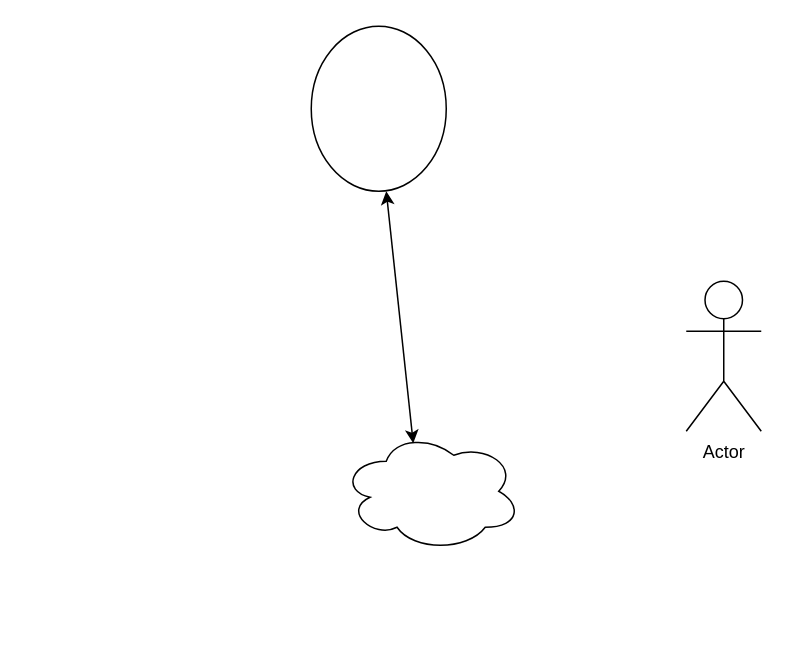
Earlier version of the draw.io diagram colby_test.drawio (dunnican/pal-tracker). Source tidied: cells renumbered, new cells numbered last; positions are measured from the earlier drawing's top-left corner, leaving out a move shared by most shapes. Both pictures are drawn from the tidied source at 150%, with x=0, y=0 at pixel (310, 26).
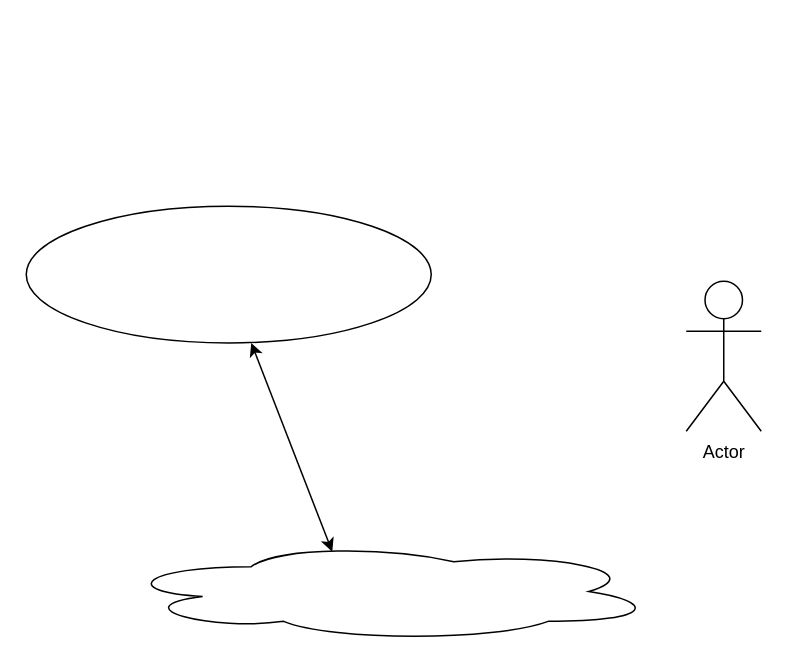
After the change.

What changed in the source:
```diff
@@
 <mxGraphModel>
   <root>
     <mxCell id="0" />
     <mxCell id="1" parent="0" />
+    <mxCell id="5" value="Actor" style="shape=umlActor;verticalLabelPosition=bottom;verticalAlign=top;html=1;" parent="1" vertex="1">
+      <mxGeometry x="250" y="170" width="50" height="100" as="geometry" />
+    </mxCell>
+    <mxCell id="6" style="group;" parent="1" vertex="1">
+      <mxGeometry x="-190" y="120" width="420" height="290" as="geometry" />
+    </mxCell>
-    <mxCell id="2" style="ellipse;whiteSpace=wrap;html=1;" parent="1" vertex="1">
-      <mxGeometry width="90" height="110" as="geometry" />
+    <mxCell id="2" style="ellipse;whiteSpace=wrap;html=1;" parent="6" vertex="1">
+      <mxGeometry width="270" height="91.1" as="geometry" />
     </mxCell>
-    <mxCell id="3" style="ellipse;shape=cloud;whiteSpace=wrap;html=1;" parent="1" vertex="1">
-      <mxGeometry x="20" y="270" width="120" height="80" as="geometry" />
+    <mxCell id="3" style="ellipse;shape=cloud;whiteSpace=wrap;html=1;" parent="6" vertex="1">
+      <mxGeometry x="60" y="223.7" width="360" height="66.3" as="geometry" />
     </mxCell>
-    <mxCell id="4" style="endArrow=classic;startArrow=classic;html=1;exitX=0.4;exitY=0.1;exitDx=0;exitDy=0;exitPerimeter=0;" parent="1" edge="1" source="3">
+    <mxCell id="4" style="endArrow=classic;startArrow=classic;html=1;exitX=0.4;exitY=0.1;exitDx=0;exitDy=0;exitPerimeter=0;" parent="6" edge="1" source="3">
       <mxGeometry relative="1" as="geometry">
-        <mxPoint x="50" y="110" as="targetPoint" />
+        <mxPoint x="150" y="91.1" as="targetPoint" />
       </mxGeometry>
     </mxCell>
-    <mxCell id="5" value="Actor" style="shape=umlActor;verticalLabelPosition=bottom;verticalAlign=top;html=1;" parent="1" vertex="1">
-      <mxGeometry x="250" y="170" width="50" height="100" as="geometry" />
-    </mxCell>
   </root>
 </mxGraphModel>
```
